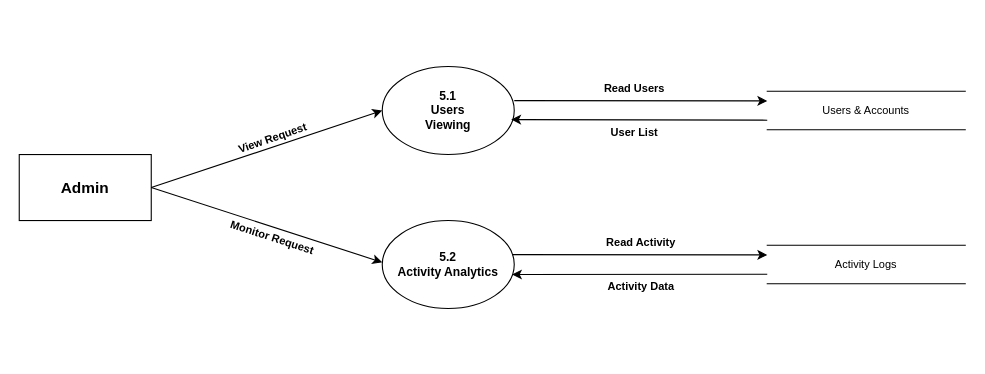
Nithinvp11/DocHub keeps this draw.io diagram as docs/dfd-level-2-admin.drawio. Above is the earlier version. Source tidied: cells renumbered, new cells numbered last; positions are measured from the earlier drawing's top-left corner, leaving out a move shared by most shapes. Both pictures are drawn from the tidied source at 110%, with x=0, y=0 at pixel (19, 66).
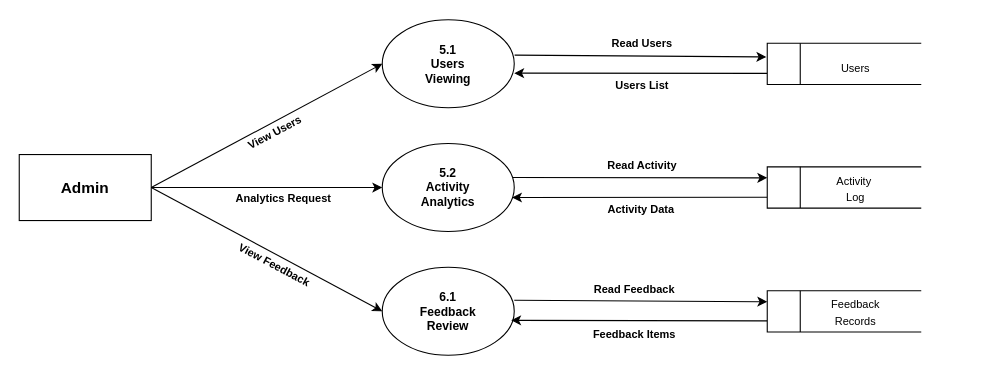
The same diagram, later.

The change refers to these unchanged cells:
```xml
<mxCell id="3" value="Admin" style="rounded=1;whiteSpace=wrap;html=1;fillColor=#ffffff;strokeColor=#000000;fontSize=14;fontStyle=1;arcSize=0;" parent="1" vertex="1">
  <mxGeometry y="80" width="120" height="60" as="geometry" />
</mxCell>
```

The edit, as a diff of the source:
```diff
@@
-    <mxCell id="2" value="&lt;span style=&quot;color: rgb(0, 0, 0); background-color: rgb(255, 255, 255);&quot;&gt;&lt;b style=&quot;&quot;&gt;&lt;font style=&quot;font-size: 10px;&quot;&gt;Monitor Request&lt;/font&gt;&lt;/b&gt;&lt;/span&gt;" style="text;html=1;align=center;verticalAlign=middle;strokeColor=none;fillColor=none;rotation=18;" parent="1" vertex="1">
-      <mxGeometry x="180" y="140" width="100" height="30" as="geometry" />
+    <mxCell id="2" value="&lt;span style=&quot;color: rgb(0, 0, 0); background-color: rgb(255, 255, 255);&quot;&gt;&lt;b style=&quot;&quot;&gt;&lt;font style=&quot;font-size: 10px;&quot;&gt;Analytics Request&lt;/font&gt;&lt;/b&gt;&lt;/span&gt;" style="text;html=1;align=center;verticalAlign=middle;strokeColor=none;fillColor=none;rotation=0;" parent="1" vertex="1">
+      <mxGeometry x="190" y="105" width="100" height="30" as="geometry" />
     </mxCell>
@@
-    <mxCell id="4" value="5.1&lt;br&gt;Users&lt;br&gt;Viewing" style="ellipse;whiteSpace=wrap;html=1;fillColor=#ffffff;strokeColor=#000000;fontSize=11;fontStyle=1;" parent="1" vertex="1">
-      <mxGeometry x="330" width="120" height="80" as="geometry" />
+    <mxCell id="4" value="6.1&lt;br&gt;Feedback&lt;br&gt;Review" style="ellipse;whiteSpace=wrap;html=1;fillColor=#ffffff;strokeColor=#000000;fontSize=11;fontStyle=1;" parent="1" vertex="1">
+      <mxGeometry x="330" y="182.5" width="120" height="80" as="geometry" />
     </mxCell>
-    <mxCell id="5" value="5.2&lt;br&gt;Activity Analytics" style="ellipse;whiteSpace=wrap;html=1;fillColor=#ffffff;strokeColor=#000000;fontSize=11;fontStyle=1;" parent="1" vertex="1">
-      <mxGeometry x="330" y="140" width="120" height="80" as="geometry" />
+    <mxCell id="5" value="5.2&lt;br&gt;Activity&lt;div&gt;Analytics&lt;/div&gt;" style="ellipse;whiteSpace=wrap;html=1;fillColor=#ffffff;strokeColor=#000000;fontSize=11;fontStyle=1;" parent="1" vertex="1">
+      <mxGeometry x="330" y="70" width="120" height="80" as="geometry" />
     </mxCell>
-    <mxCell id="6" value="Users &amp;amp; Accounts" style="shape=partialRectangle;whiteSpace=wrap;html=1;left=0;right=0;fillColor=#ffffff;strokeColor=#000000;fontSize=10;" parent="1" vertex="1">
-      <mxGeometry x="680" y="22.5" width="180" height="35" as="geometry" />
-    </mxCell>
-    <mxCell id="7" value="Activity Logs" style="shape=partialRectangle;whiteSpace=wrap;html=1;left=0;right=0;fillColor=#ffffff;strokeColor=#000000;fontSize=10;" parent="1" vertex="1">
-      <mxGeometry x="680" y="162.5" width="180" height="35" as="geometry" />
-    </mxCell>
@@
-    <mxCell id="9" style="endArrow=classic;html=1;exitX=1;exitY=0.5;exitDx=0;exitDy=0;entryX=0;entryY=0.5;entryDx=0;entryDy=0;fontSize=9;" parent="1" edge="1" source="3">
-      <mxGeometry x="0.07" y="-19" relative="1" as="geometry">
-        <mxPoint x="330" y="178" as="targetPoint" />
-      </mxGeometry>
+    <mxCell id="9" style="endArrow=classic;html=1;exitX=1;exitY=0.5;exitDx=0;exitDy=0;entryX=0;entryY=0.5;entryDx=0;entryDy=0;fontSize=9;" parent="1" edge="1" source="3" target="5">
+      <mxGeometry x="0.07" y="-19" relative="1" as="geometry" />
     </mxCell>
-    <mxCell id="10" value="&lt;font style=&quot;font-size: 10px;&quot;&gt;&lt;b&gt;Read Users&lt;/b&gt;&lt;/font&gt;" style="endArrow=classic;html=1;entryX=0;entryY=0.25;entryDx=0;entryDy=0;fontSize=9;" parent="1" edge="1" target="6">
+    <mxCell id="10" value="&lt;font style=&quot;font-size: 10px;&quot;&gt;&lt;b&gt;Read Feedback&lt;/b&gt;&lt;/font&gt;" style="endArrow=classic;html=1;entryX=0;entryY=0.25;entryDx=0;entryDy=0;fontSize=9;exitX=1;exitY=0.375;exitDx=0;exitDy=0;exitPerimeter=0;" parent="1" edge="1" source="4">
       <mxGeometry x="-0.05" y="11" relative="1" as="geometry">
-        <mxPoint x="450" y="31" as="sourcePoint" />
+        <mxPoint x="680" y="213.8" as="targetPoint" />
       </mxGeometry>
     </mxCell>
-    <mxCell id="11" value="&lt;font style=&quot;font-size: 10px;&quot;&gt;&lt;b&gt;Read Activity&lt;/b&gt;&lt;/font&gt;" style="endArrow=classic;html=1;entryX=0;entryY=0.25;entryDx=0;entryDy=0;fontSize=9;" parent="1" edge="1" target="7">
+    <mxCell id="11" value="&lt;font style=&quot;font-size: 10px;&quot;&gt;&lt;b&gt;Read Activity&lt;/b&gt;&lt;/font&gt;" style="endArrow=classic;html=1;entryX=0;entryY=0.25;entryDx=0;entryDy=0;fontSize=9;exitX=0.99;exitY=0.385;exitDx=0;exitDy=0;exitPerimeter=0;" parent="1" edge="1" source="5">
       <mxGeometry x="0.01" y="11" relative="1" as="geometry">
-        <mxPoint x="448" y="171" as="sourcePoint" />
+        <mxPoint x="680" y="101.2" as="targetPoint" />
       </mxGeometry>
     </mxCell>
-    <mxCell id="12" value="&lt;font style=&quot;font-size: 10px;&quot;&gt;&lt;b&gt;User List&lt;/b&gt;&lt;/font&gt;" style="endArrow=classic;html=1;exitX=0;exitY=0.75;exitDx=0;exitDy=0;fontSize=9;entryX=0.977;entryY=0.603;entryDx=0;entryDy=0;entryPerimeter=0;" parent="1" edge="1" source="6" target="4">
-      <mxGeometry x="0.04" y="12" relative="1" as="geometry" />
+    <mxCell id="12" value="&lt;font style=&quot;font-size: 10px;&quot;&gt;&lt;b&gt;Feedback Items&lt;/b&gt;&lt;/font&gt;" style="endArrow=classic;html=1;exitX=0;exitY=0.75;exitDx=0;exitDy=0;fontSize=9;entryX=0.977;entryY=0.603;entryDx=0;entryDy=0;entryPerimeter=0;" parent="1" edge="1" target="4">
+      <mxGeometry x="0.04" y="12" relative="1" as="geometry">
+        <mxPoint x="680" y="231.2" as="sourcePoint" />
+      </mxGeometry>
     </mxCell>
-    <mxCell id="13" value="&lt;font style=&quot;font-size: 10px;&quot;&gt;&lt;b&gt;Activity Data&lt;/b&gt;&lt;/font&gt;" style="endArrow=classic;html=1;exitX=0;exitY=0.75;exitDx=0;exitDy=0;fontSize=9;entryX=0.983;entryY=0.613;entryDx=0;entryDy=0;entryPerimeter=0;" parent="1" edge="1" source="7" target="5">
-      <mxGeometry x="-0.01" y="11" relative="1" as="geometry" />
+    <mxCell id="13" value="&lt;font style=&quot;font-size: 10px;&quot;&gt;&lt;b&gt;Activity Data&lt;/b&gt;&lt;/font&gt;" style="endArrow=classic;html=1;exitX=0;exitY=0.75;exitDx=0;exitDy=0;fontSize=9;entryX=0.983;entryY=0.613;entryDx=0;entryDy=0;entryPerimeter=0;" parent="1" edge="1" target="5">
+      <mxGeometry x="-0.01" y="11" relative="1" as="geometry">
+        <mxPoint x="680" y="118.8" as="sourcePoint" />
+      </mxGeometry>
     </mxCell>
-    <mxCell id="14" value="&lt;span style=&quot;color: rgb(0, 0, 0); background-color: rgb(255, 255, 255);&quot;&gt;&lt;font style=&quot;font-size: 10px;&quot;&gt;&lt;b&gt;View Request&lt;/b&gt;&lt;/font&gt;&lt;/span&gt;" style="text;html=1;align=center;verticalAlign=middle;strokeColor=none;fillColor=none;rotation=-19;" parent="1" vertex="1">
-      <mxGeometry x="185" y="50" width="90" height="30" as="geometry" />
+    <mxCell id="14" value="&lt;span style=&quot;font-size: 10px; background-color: rgb(255, 255, 255);&quot;&gt;&lt;b&gt;View Feedback&lt;/b&gt;&lt;/span&gt;" style="text;html=1;align=center;verticalAlign=middle;strokeColor=none;fillColor=none;rotation=28;" parent="1" vertex="1">
+      <mxGeometry x="182" y="165" width="100" height="30" as="geometry" />
     </mxCell>
+    <mxCell id="15" value="5.1&lt;br&gt;Users&lt;div&gt;Viewing&lt;/div&gt;" style="ellipse;whiteSpace=wrap;html=1;fillColor=#ffffff;strokeColor=#000000;fontSize=11;fontStyle=1;" parent="1" vertex="1">
+      <mxGeometry x="330" y="-42.5" width="120" height="80" as="geometry" />
+    </mxCell>
+    <mxCell id="16" style="endArrow=classic;html=1;entryX=0;entryY=0.5;entryDx=0;entryDy=0;fontSize=9;" parent="1" edge="1" target="15">
+      <mxGeometry x="0.07" y="-19" relative="1" as="geometry">
+        <mxPoint x="120" y="110" as="sourcePoint" />
+      </mxGeometry>
+    </mxCell>
+    <mxCell id="17" value="&lt;font style=&quot;font-size: 10px;&quot;&gt;&lt;b&gt;Read Users&lt;/b&gt;&lt;/font&gt;" style="endArrow=classic;html=1;entryX=-0.006;entryY=0.332;entryDx=0;entryDy=0;fontSize=9;entryPerimeter=0;exitX=1.003;exitY=0.401;exitDx=0;exitDy=0;exitPerimeter=0;" parent="1" edge="1" source="15" target="22">
+      <mxGeometry x="0.01" y="11" relative="1" as="geometry" />
+    </mxCell>
+    <mxCell id="18" value="&lt;span style=&quot;font-size: 10px;&quot;&gt;&lt;b&gt;Users List&lt;/b&gt;&lt;/span&gt;" style="endArrow=classic;html=1;exitX=0;exitY=0.75;exitDx=0;exitDy=0;fontSize=9;" parent="1" edge="1">
+      <mxGeometry x="-0.01" y="11" relative="1" as="geometry">
+        <mxPoint x="680" y="6.2" as="sourcePoint" />
+        <mxPoint x="450" y="6" as="targetPoint" />
+      </mxGeometry>
+    </mxCell>
+    <mxCell id="19" value="&lt;span style=&quot;color: rgb(0, 0, 0); background-color: rgb(255, 255, 255);&quot;&gt;&lt;font style=&quot;font-size: 10px;&quot;&gt;&lt;b&gt;View Users&lt;/b&gt;&lt;/font&gt;&lt;/span&gt;" style="text;html=1;align=center;verticalAlign=middle;strokeColor=none;fillColor=none;rotation=-28;" parent="1" vertex="1">
+      <mxGeometry x="192" y="45" width="80" height="30" as="geometry" />
+    </mxCell>
+    <mxCell id="20" style="html=1;dashed=0;whiteSpace=wrap;shape=mxgraph.dfd.dataStoreID;align=left;spacingLeft=3;" parent="1" vertex="1">
+      <mxGeometry x="680" y="203.8" width="140" height="37.5" as="geometry" />
+    </mxCell>
+    <mxCell id="21" value="&lt;p&gt;&lt;span style=&quot;color: rgb(0, 0, 0); font-size: 10px; text-wrap-mode: wrap;&quot;&gt;Feedback Records&lt;/span&gt;&lt;/p&gt;" style="text;html=1;align=center;verticalAlign=middle;strokeColor=none;fillColor=none;" parent="1" vertex="1">
+      <mxGeometry x="705" y="197.5" width="110" height="50" as="geometry" />
+    </mxCell>
+    <mxCell id="22" style="html=1;dashed=0;whiteSpace=wrap;shape=mxgraph.dfd.dataStoreID;align=left;spacingLeft=3;points=[[0,0],[0.5,0],[1,0],[0,0.5],[1,0.5],[0,1],[0.5,1],[1,1]];" parent="1" vertex="1">
+      <mxGeometry x="680" y="-21.2" width="140" height="37.5" as="geometry" />
+    </mxCell>
+    <mxCell id="23" style="html=1;dashed=0;whiteSpace=wrap;shape=mxgraph.dfd.dataStoreID;align=left;spacingLeft=3;" parent="1" vertex="1">
+      <mxGeometry x="680" y="91.2" width="140" height="37.5" as="geometry" />
+    </mxCell>
+    <mxCell id="24" value="&lt;span style=&quot;color: rgb(0, 0, 0); font-size: 10px; text-wrap-mode: wrap;&quot;&gt;Activity&amp;nbsp;&lt;/span&gt;&lt;div&gt;&lt;span style=&quot;color: rgb(0, 0, 0); font-size: 10px; text-wrap-mode: wrap;&quot;&gt;Log&lt;/span&gt;&lt;/div&gt;" style="text;html=1;align=center;verticalAlign=middle;strokeColor=none;fillColor=none;" parent="1" vertex="1">
+      <mxGeometry x="730" y="91.2" width="60" height="40" as="geometry" />
+    </mxCell>
+    <mxCell id="25" value="&lt;span style=&quot;color: rgb(0, 0, 0); font-size: 10px; text-wrap-mode: wrap;&quot;&gt;Users&lt;/span&gt;" style="text;html=1;align=center;verticalAlign=middle;strokeColor=none;fillColor=none;" parent="1" vertex="1">
+      <mxGeometry x="735" y="-13.8" width="50" height="30" as="geometry" />
+    </mxCell>
```
